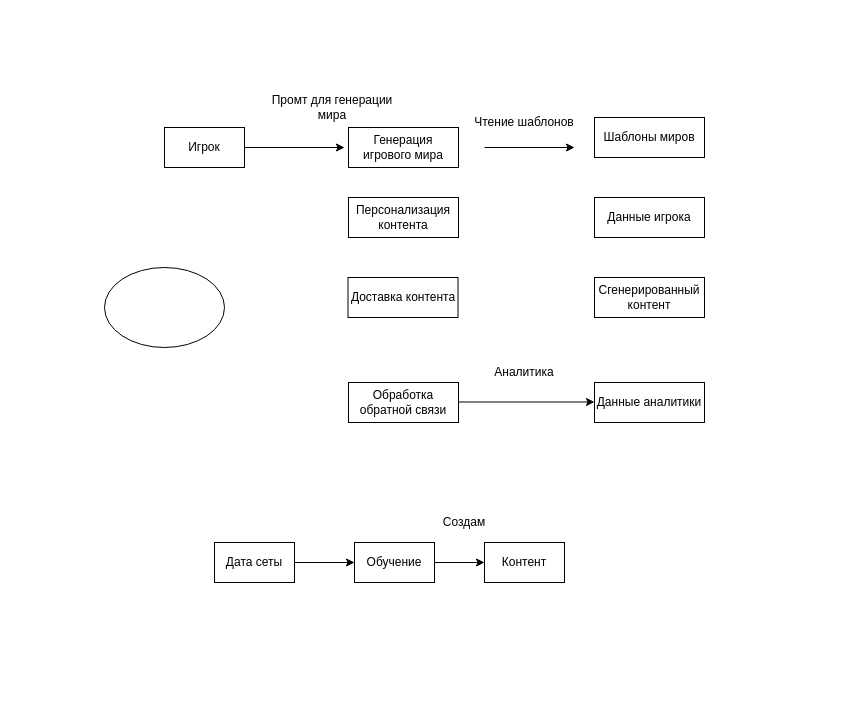
Before: DFD.drawio in Slavik993/Diplom_Shebanov_2026, a draw.io diagram. Source tidied: cells renumbered, new cells numbered last; positions are measured from the earlier drawing's top-left corner, leaving out a move shared by most shapes. Both pictures are drawn from the tidied source at 100%, with x=0, y=0 at pixel (104, 92).
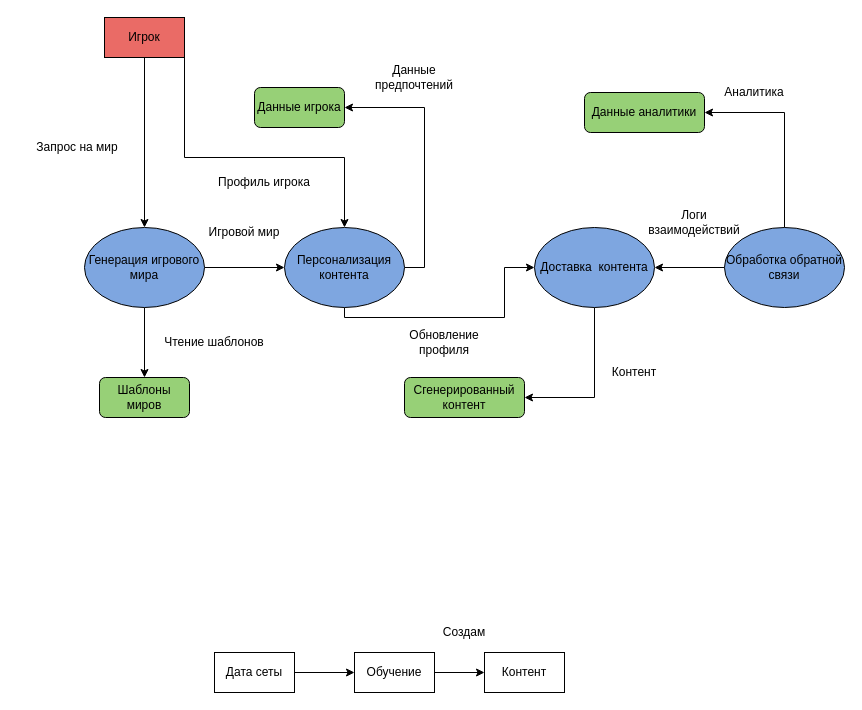
After the change.

Commit message:
DFD-диаграмма

Diff of the diagram source:
```diff
@@
     <mxCell id="2" style="rounded=0;whiteSpace=wrap;html=1;" parent="1" vertex="1">
-      <mxGeometry x="380" y="450" width="80" height="40" as="geometry" />
+      <mxGeometry x="380" y="560" width="80" height="40" as="geometry" />
     </mxCell>
@@
     <mxCell id="4" style="rounded=0;whiteSpace=wrap;html=1;" parent="1" vertex="1">
-      <mxGeometry x="250" y="450" width="80" height="40" as="geometry" />
+      <mxGeometry x="250" y="560" width="80" height="40" as="geometry" />
     </mxCell>
@@
     <mxCell id="6" style="rounded=0;whiteSpace=wrap;html=1;" parent="1" vertex="1">
-      <mxGeometry x="110" y="450" width="80" height="40" as="geometry" />
+      <mxGeometry x="110" y="560" width="80" height="40" as="geometry" />
     </mxCell>
     <mxCell id="7" value="Дата сеты" style="text;html=1;align=center;verticalAlign=middle;whiteSpace=wrap;rounded=0;" parent="1" vertex="1">
-      <mxGeometry x="120" y="455" width="60" height="30" as="geometry" />
+      <mxGeometry x="120" y="565" width="60" height="30" as="geometry" />
     </mxCell>
     <mxCell id="8" value="Обучение" style="text;html=1;align=center;verticalAlign=middle;whiteSpace=wrap;rounded=0;" parent="1" vertex="1">
-      <mxGeometry x="260" y="455" width="60" height="30" as="geometry" />
+      <mxGeometry x="260" y="565" width="60" height="30" as="geometry" />
     </mxCell>
     <mxCell id="9" value="Контент" style="text;html=1;align=center;verticalAlign=middle;whiteSpace=wrap;rounded=0;" parent="1" vertex="1">
-      <mxGeometry x="390" y="455" width="60" height="30" as="geometry" />
+      <mxGeometry x="390" y="565" width="60" height="30" as="geometry" />
     </mxCell>
+    <mxCell id="27" style="edgeStyle=orthogonalEdgeStyle;rounded=0;jettySize=auto;html=1;exitX=1;exitY=0.5;exitDx=0;exitDy=0;" parent="1" edge="1" source="10" target="17">
+      <mxGeometry relative="1" as="geometry">
+        <Array as="points">
+          <mxPoint x="80" y="65" />
+          <mxPoint x="240" y="65" />
+        </Array>
+      </mxGeometry>
+    </mxCell>
-    <mxCell id="10" value="Игрок" style="rounded=0;whiteSpace=wrap;html=1;" parent="1" vertex="1">
-      <mxGeometry x="60" y="35" width="80" height="40" as="geometry" />
+    <mxCell id="10" value="Игрок" style="rounded=0;whiteSpace=wrap;html=1;fillColor=#EA6B66;" parent="1" vertex="1">
+      <mxGeometry y="-75" width="80" height="40" as="geometry" />
     </mxCell>
     <mxCell id="11" value="Создам" style="text;html=1;align=center;verticalAlign=middle;whiteSpace=wrap;rounded=0;" parent="1" vertex="1">
-      <mxGeometry x="330" y="415" width="60" height="30" as="geometry" />
+      <mxGeometry x="330" y="525" width="60" height="30" as="geometry" />
     </mxCell>
+    <mxCell id="28" style="edgeStyle=orthogonalEdgeStyle;rounded=0;jettySize=auto;html=1;exitX=0.5;exitY=1;exitDx=0;exitDy=0;entryX=0.5;entryY=0;entryDx=0;entryDy=0;" parent="1" edge="1" source="16" target="12">
+      <mxGeometry relative="1" as="geometry" />
+    </mxCell>
+    <mxCell id="29" style="edgeStyle=orthogonalEdgeStyle;rounded=0;jettySize=auto;html=1;exitX=1;exitY=0.5;exitDx=0;exitDy=0;entryX=0;entryY=0.5;entryDx=0;entryDy=0;" parent="1" edge="1" source="16" target="17">
+      <mxGeometry relative="1" as="geometry" />
+    </mxCell>
+    <mxCell id="16" value="Генерация игрового мира" style="ellipse;whiteSpace=wrap;html=1;fillColor=#7EA6E0;" parent="1" vertex="1">
+      <mxGeometry x="-20" y="135" width="120" height="80" as="geometry" />
+    </mxCell>
+    <mxCell id="30" style="edgeStyle=orthogonalEdgeStyle;rounded=0;jettySize=auto;html=1;exitX=1;exitY=0.5;exitDx=0;exitDy=0;entryX=1;entryY=0.5;entryDx=0;entryDy=0;" parent="1" edge="1" source="17" target="13">
+      <mxGeometry relative="1" as="geometry" />
+    </mxCell>
+    <mxCell id="31" style="edgeStyle=orthogonalEdgeStyle;rounded=0;jettySize=auto;html=1;entryX=0;entryY=0.5;entryDx=0;entryDy=0;" parent="1" edge="1" source="17" target="19">
+      <mxGeometry relative="1" as="geometry">
+        <Array as="points">
+          <mxPoint x="240" y="225" />
+          <mxPoint x="400" y="225" />
+          <mxPoint x="400" y="175" />
+        </Array>
+      </mxGeometry>
+    </mxCell>
+    <mxCell id="17" value="Персонализация контента" style="ellipse;whiteSpace=wrap;html=1;fillColor=#7EA6E0;" parent="1" vertex="1">
+      <mxGeometry x="180" y="135" width="120" height="80" as="geometry" />
+    </mxCell>
+    <mxCell id="32" style="edgeStyle=orthogonalEdgeStyle;rounded=0;jettySize=auto;html=1;exitX=0.5;exitY=0;exitDx=0;exitDy=0;entryX=1;entryY=0.5;entryDx=0;entryDy=0;" parent="1" edge="1" source="18" target="15">
+      <mxGeometry relative="1" as="geometry" />
+    </mxCell>
+    <mxCell id="33" style="edgeStyle=orthogonalEdgeStyle;rounded=0;jettySize=auto;html=1;exitX=0;exitY=0.5;exitDx=0;exitDy=0;entryX=1;entryY=0.5;entryDx=0;entryDy=0;" parent="1" edge="1" source="18" target="19">
+      <mxGeometry relative="1" as="geometry" />
+    </mxCell>
+    <mxCell id="18" value="Обработка обратной связи" style="ellipse;whiteSpace=wrap;html=1;fillColor=#7EA6E0;" parent="1" vertex="1">
+      <mxGeometry x="620" y="135" width="120" height="80" as="geometry" />
+    </mxCell>
+    <mxCell id="24" value="Аналитика" style="text;html=1;align=center;verticalAlign=middle;whiteSpace=wrap;rounded=0;" parent="1" vertex="1">
+      <mxGeometry x="620" y="-15" width="60" height="30" as="geometry" />
+    </mxCell>
+    <mxCell id="23" value="Чтение шаблонов" style="text;html=1;align=center;verticalAlign=middle;whiteSpace=wrap;rounded=0;" parent="1" vertex="1">
+      <mxGeometry x="50" y="235" width="120" height="30" as="geometry" />
+    </mxCell>
+    <mxCell id="34" value="Контент" style="text;html=1;align=center;verticalAlign=middle;whiteSpace=wrap;rounded=0;" parent="1" vertex="1">
+      <mxGeometry x="500" y="265" width="60" height="30" as="geometry" />
+    </mxCell>
+    <mxCell id="35" value="Профиль игрока" style="text;html=1;align=center;verticalAlign=middle;whiteSpace=wrap;rounded=0;" parent="1" vertex="1">
+      <mxGeometry x="100" y="75" width="120" height="30" as="geometry" />
+    </mxCell>
+    <mxCell id="36" value="Логи взаимодействий" style="text;html=1;align=center;verticalAlign=middle;whiteSpace=wrap;rounded=0;" parent="1" vertex="1">
+      <mxGeometry x="560" y="115" width="60" height="30" as="geometry" />
+    </mxCell>
+    <mxCell id="37" value="Обновление профиля" style="text;html=1;align=center;verticalAlign=middle;whiteSpace=wrap;rounded=0;" parent="1" vertex="1">
+      <mxGeometry x="280" y="235" width="120" height="30" as="geometry" />
+    </mxCell>
+    <mxCell id="38" value="Данные предпочтений" style="text;html=1;align=center;verticalAlign=middle;whiteSpace=wrap;rounded=0;" parent="1" vertex="1">
+      <mxGeometry x="250" y="-30" width="120" height="30" as="geometry" />
+    </mxCell>
+    <mxCell id="39" value="Игровой мир" style="text;html=1;align=center;verticalAlign=middle;whiteSpace=wrap;rounded=0;" parent="1" vertex="1">
+      <mxGeometry x="80" y="125" width="120" height="30" as="geometry" />
+    </mxCell>
-    <mxCell id="12" value="Шаблоны миров" style="rounded=0;whiteSpace=wrap;html=1;" parent="1" vertex="1">
-      <mxGeometry x="490" y="25" width="110" height="40" as="geometry" />
+    <mxCell id="12" value="Шаблоны миров" style="rounded=1;whiteSpace=wrap;html=1;fillColor=#97D077;" parent="1" vertex="1">
+      <mxGeometry x="-5" y="285" width="90" height="40" as="geometry" />
     </mxCell>
-    <mxCell id="13" value="Данные игрока" style="rounded=0;whiteSpace=wrap;html=1;" parent="1" vertex="1">
-      <mxGeometry x="490" y="105" width="110" height="40" as="geometry" />
+    <mxCell id="13" value="Данные игрока" style="rounded=1;whiteSpace=wrap;html=1;fillColor=#97D077;" parent="1" vertex="1">
+      <mxGeometry x="150" y="-5" width="90" height="40" as="geometry" />
     </mxCell>
-    <mxCell id="14" value="Сгенерированный контент" style="rounded=0;whiteSpace=wrap;html=1;" parent="1" vertex="1">
-      <mxGeometry x="490" y="185" width="110" height="40" as="geometry" />
+    <mxCell id="14" value="Сгенерированный контент" style="rounded=1;whiteSpace=wrap;html=1;fillColor=#97D077;" parent="1" vertex="1">
+      <mxGeometry x="300" y="285" width="120" height="40" as="geometry" />
     </mxCell>
-    <mxCell id="15" value="Данные аналитики" style="rounded=0;whiteSpace=wrap;html=1;" parent="1" vertex="1">
-      <mxGeometry x="490" y="290" width="110" height="40" as="geometry" />
+    <mxCell id="15" value="Данные аналитики" style="rounded=1;whiteSpace=wrap;html=1;fillColor=#97D077;" parent="1" vertex="1">
+      <mxGeometry x="480" width="120" height="40" as="geometry" />
     </mxCell>
-    <mxCell id="16" value="Генерация игрового мира" style="rounded=0;whiteSpace=wrap;html=1;" parent="1" vertex="1">
-      <mxGeometry x="244" y="35" width="110" height="40" as="geometry" />
-    </mxCell>
-    <mxCell id="17" value="Персонализация&lt;br&gt;контента" style="rounded=0;whiteSpace=wrap;html=1;" parent="1" vertex="1">
-      <mxGeometry x="244" y="105" width="110" height="40" as="geometry" />
-    </mxCell>
-    <mxCell id="18" value="Обработка обратной связи" style="rounded=0;whiteSpace=wrap;html=1;" parent="1" vertex="1">
-      <mxGeometry x="244" y="290" width="110" height="40" as="geometry" />
-    </mxCell>
+    <mxCell id="40" style="edgeStyle=orthogonalEdgeStyle;rounded=0;jettySize=auto;html=1;exitX=0.5;exitY=1;exitDx=0;exitDy=0;entryX=1;entryY=0.5;entryDx=0;entryDy=0;" parent="1" edge="1" source="19" target="14">
+      <mxGeometry relative="1" as="geometry" />
+    </mxCell>
-    <mxCell id="19" value="Доставка контента" style="rounded=0;whiteSpace=wrap;html=1;" parent="1" vertex="1">
-      <mxGeometry x="243.5" y="185" width="110" height="40" as="geometry" />
+    <mxCell id="19" value="Доставка&amp;nbsp; контента" style="ellipse;whiteSpace=wrap;html=1;fillColor=#7EA6E0;" parent="1" vertex="1">
+      <mxGeometry x="430" y="135" width="120" height="80" as="geometry" />
     </mxCell>
-    <mxCell id="20" style="endArrow=classic;html=1;rounded=0;exitX=1;exitY=0.5;exitDx=0;exitDy=0;" parent="1" edge="1" source="10">
-      <mxGeometry relative="1" as="geometry">
-        <mxPoint x="240" y="55" as="targetPoint" />
-      </mxGeometry>
-    </mxCell>
-    <mxCell id="21" value="Промт для генерации мира" style="text;html=1;align=center;verticalAlign=middle;whiteSpace=wrap;rounded=0;" parent="1" vertex="1">
-      <mxGeometry x="160" width="136" height="30" as="geometry" />
-    </mxCell>
-    <mxCell id="22" style="endArrow=classic;html=1;rounded=0;" parent="1" edge="1">
-      <mxGeometry relative="1" as="geometry">
-        <mxPoint x="380" y="55" as="sourcePoint" />
-        <mxPoint x="470" y="55" as="targetPoint" />
-      </mxGeometry>
-    </mxCell>
-    <mxCell id="23" value="Чтение шаблонов" style="text;html=1;align=center;verticalAlign=middle;whiteSpace=wrap;rounded=0;" parent="1" vertex="1">
-      <mxGeometry x="345" y="15" width="150" height="30" as="geometry" />
-    </mxCell>
-    <mxCell id="24" value="Аналитика" style="text;html=1;align=center;verticalAlign=middle;whiteSpace=wrap;rounded=0;" parent="1" vertex="1">
-      <mxGeometry x="390" y="265" width="60" height="30" as="geometry" />
-    </mxCell>
-    <mxCell id="25" style="endArrow=classic;html=1;rounded=0;entryX=0;entryY=0.75;entryDx=0;entryDy=0;" parent="1" edge="1">
-      <mxGeometry relative="1" as="geometry">
-        <mxPoint x="354" y="309.5" as="sourcePoint" />
-        <mxPoint x="490" y="309.5" as="targetPoint" />
-      </mxGeometry>
-    </mxCell>
-    <mxCell id="26" style="ellipse;whiteSpace=wrap;html=1;" parent="1" vertex="1">
-      <mxGeometry y="175" width="120" height="80" as="geometry" />
-    </mxCell>
+    <mxCell id="41" style="endArrow=classic;html=1;rounded=0;" parent="1" edge="1">
+      <mxGeometry relative="1" as="geometry">
+        <mxPoint x="40" y="-35" as="sourcePoint" />
+        <mxPoint x="40" y="135" as="targetPoint" />
+      </mxGeometry>
+    </mxCell>
+    <mxCell id="42" value="Запрос на мир" style="text;html=1;align=center;verticalAlign=middle;whiteSpace=wrap;rounded=0;" parent="1" vertex="1">
+      <mxGeometry x="-87" y="40" width="120" height="30" as="geometry" />
+    </mxCell>
```
